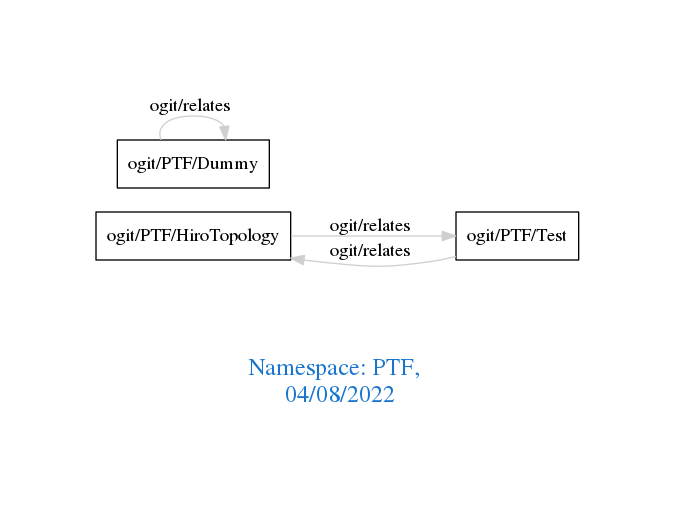
The Graphviz diagram downloads/PTF.png in arago/OGIT, before a commit. Its source is kept beside it as downloads/PTF.dot. The source it was exported from:
```dot
digraph OGIT_ontology {
 graph [ rankdir= LR,pad=1
fontsize = 18,
fontcolor= dodgerblue3,label = "\n\n\nNamespace: PTF, \n 04/08/2022"];
node[shape=polygon];
edge [  color="gray81"];

   "ogit/PTF/HiroTopology" -> "ogit/PTF/Test" [label="   ogit/relates    "];
   "ogit/PTF/Test" -> "ogit/PTF/HiroTopology" [label="   ogit/relates    "];
   "ogit/PTF/Dummy" -> "ogit/PTF/Dummy" [label="   ogit/relates    "];
}
```
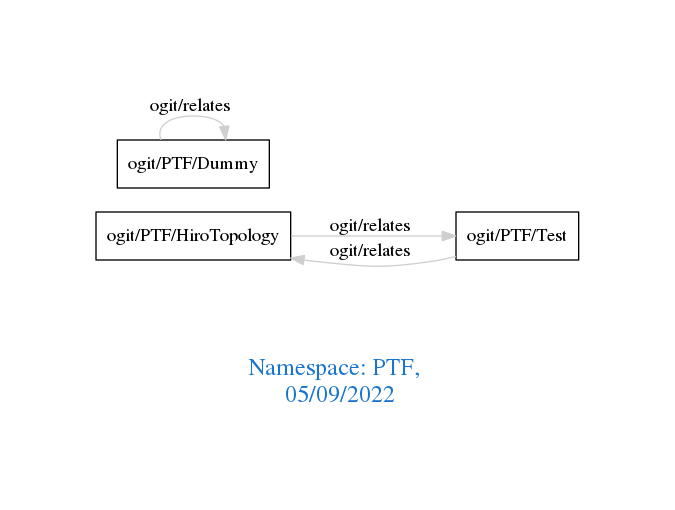
Later version of the same file.

Change to the diagram source:
```diff
@@ -1,7 +1,7 @@
 digraph OGIT_ontology {
  graph [ rankdir= LR,pad=1
 fontsize = 18,
-fontcolor= dodgerblue3,label = "\n\n\nNamespace: PTF, \n 04/08/2022"];
+fontcolor= dodgerblue3,label = "\n\n\nNamespace: PTF, \n 05/09/2022"];
 node[shape=polygon];
 edge [  color="gray81"];
 
```
